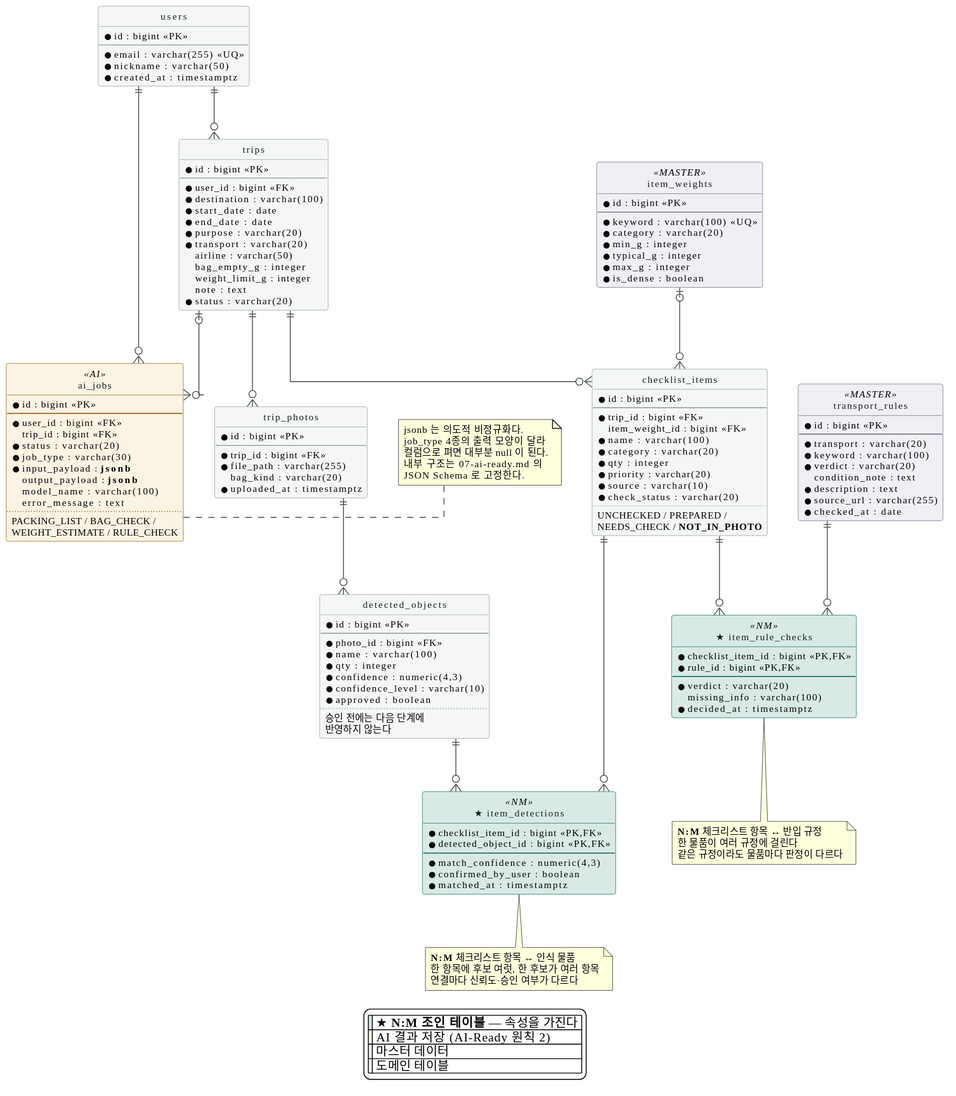
Before: docs/images/05-erd.svg, a diagram exported from PlantUML (SangMyeong5426/skala-mini-ai-web-service). Its diagram source:
```plantuml
@startuml

hide circle
skinparam backgroundColor #FFFFFF
skinparam shadowing false
skinparam defaultFontName "Apple SD Gothic Neo"
skinparam defaultFontSize 11
skinparam linetype ortho
skinparam ArrowColor #46524E

skinparam class {
  BackgroundColor #F5F7F6
  BorderColor #8A9A94
  FontColor #14201C
  BackgroundColor<<NM>> #D9EAE6
  BorderColor<<NM>> #0D6455
  BackgroundColor<<AI>> #FBF3E4
  BorderColor<<AI>> #8D5606
  BackgroundColor<<MASTER>> #EFEFF4
  BorderColor<<MASTER>> #6B6B84
}

entity "users" as users {
  * id : bigint <<PK>>
  --
  * email : varchar(255) <<UQ>>
  * nickname : varchar(50)
  * created_at : timestamptz
}

entity "trips" as trips {
  * id : bigint <<PK>>
  --
  * user_id : bigint <<FK>>
  * destination : varchar(100)
  * start_date : date
  * end_date : date
  * purpose : varchar(20)
  * transport : varchar(20)
  airline : varchar(50)
  bag_empty_g : integer
  weight_limit_g : integer
  note : text
  * status : varchar(20)
}

entity "checklist_items" as items {
  * id : bigint <<PK>>
  --
  * trip_id : bigint <<FK>>
  item_weight_id : bigint <<FK>>
  * name : varchar(100)
  * category : varchar(20)
  * qty : integer
  * priority : varchar(20)
  * source : varchar(10)
  * check_status : varchar(20)
  ..
  UNCHECKED / PREPARED /
  NEEDS_CHECK / **NOT_IN_PHOTO**
}

entity "trip_photos" as photos {
  * id : bigint <<PK>>
  --
  * trip_id : bigint <<FK>>
  * file_path : varchar(255)
  bag_kind : varchar(20)
  * uploaded_at : timestamptz
}

entity "detected_objects" as detected {
  * id : bigint <<PK>>
  --
  * photo_id : bigint <<FK>>
  * name : varchar(100)
  * qty : integer
  * confidence : numeric(4,3)
  * confidence_level : varchar(10)
  * approved : boolean
  ..
  승인 전에는 다음 단계에
  반영하지 않는다
}

entity "★ item_detections" as idt <<NM>> {
  * checklist_item_id : bigint <<PK,FK>>
  * detected_object_id : bigint <<PK,FK>>
  --
  * match_confidence : numeric(4,3)
  * confirmed_by_user : boolean
  * matched_at : timestamptz
}

entity "★ item_rule_checks" as irc <<NM>> {
  * checklist_item_id : bigint <<PK,FK>>
  * rule_id : bigint <<PK,FK>>
  --
  * verdict : varchar(20)
  missing_info : varchar(100)
  * decided_at : timestamptz
}

entity "transport_rules" as rules <<MASTER>> {
  * id : bigint <<PK>>
  --
  * transport : varchar(20)
  * keyword : varchar(100)
  * verdict : varchar(20)
  condition_note : text
  * description : text
  * source_url : varchar(255)
  * checked_at : date
}

entity "item_weights" as weights <<MASTER>> {
  * id : bigint <<PK>>
  --
  * keyword : varchar(100) <<UQ>>
  * category : varchar(20)
  * min_g : integer
  * typical_g : integer
  * max_g : integer
  * is_dense : boolean
}

entity "ai_jobs" as jobs <<AI>> {
  * id : bigint <<PK>>
  --
  * user_id : bigint <<FK>>
  trip_id : bigint <<FK>>
  * status : varchar(20)
  * job_type : varchar(30)
  * input_payload : **jsonb**
  output_payload : **jsonb**
  model_name : varchar(100)
  error_message : text
  ..
  PACKING_LIST / BAG_CHECK /
  WEIGHT_ESTIMATE / RULE_CHECK
}

users    ||--o{ trips
users    ||--o{ jobs
trips    ||--o{ items
trips    ||--o{ photos
trips    |o--o{ jobs
photos   ||--o{ detected
weights  |o--o{ items

items    ||--o{ idt
detected ||--o{ idt
items    ||--o{ irc
rules    ||--o{ irc

note bottom of idt
  **N:M** 체크리스트 항목 ↔ 인식 물품
  한 항목에 후보 여럿, 한 후보가 여러 항목
  연결마다 신뢰도·승인 여부가 다르다
end note

note bottom of irc
  **N:M** 체크리스트 항목 ↔ 반입 규정
  한 물품이 여러 규정에 걸린다
  같은 규정이라도 물품마다 판정이 다르다
end note

note right of jobs
  jsonb 는 의도적 비정규화다.
  job_type 4종의 출력 모양이 달라
  컬럼으로 펴면 대부분 null 이 된다.
  내부 구조는 07-ai-ready.md 의
  JSON Schema 로 고정한다.
end note

legend bottom
  |<#D9EAE6>| ★ **N:M 조인 테이블** — 속성을 가진다 |
  |<#FBF3E4>| AI 결과 저장 (AI-Ready 원칙 2) |
  |<#EFEFF4>| 마스터 데이터 |
  |<#F5F7F6>| 도메인 테이블 |
endlegend
@enduml
```
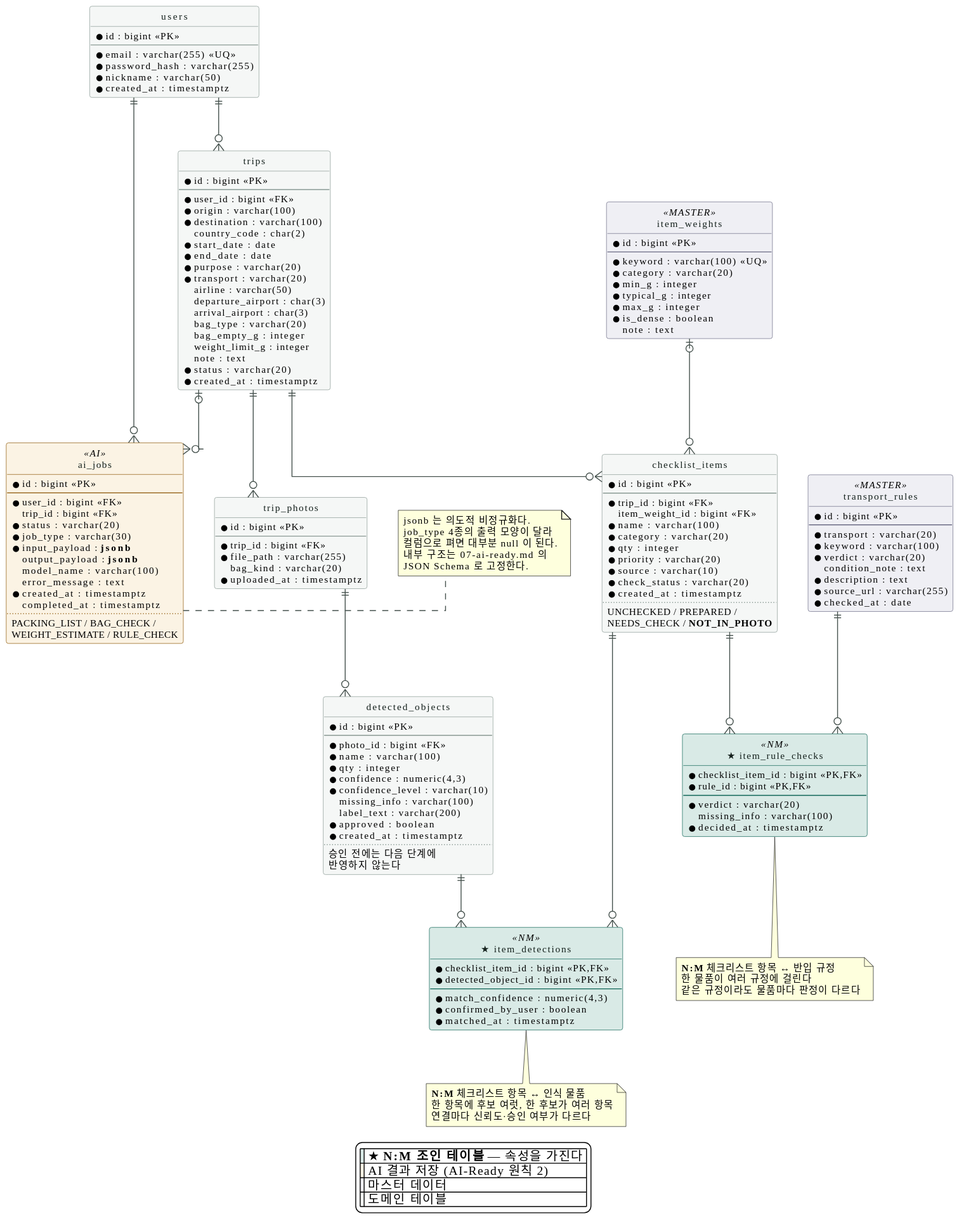
The same file after the commit.

Commit message:
docs(db): users 에 password_hash 를 두고 인증 범위 서술을 맞춘다 (#34)

Change to the diagram source:
```diff
@@ -24,6 +24,7 @@
   * id : bigint <<PK>>
   --
   * email : varchar(255) <<UQ>>
+  * password_hash : varchar(255)
   * nickname : varchar(50)
   * created_at : timestamptz
 }
@@ -32,16 +33,22 @@
   * id : bigint <<PK>>
   --
   * user_id : bigint <<FK>>
+  * origin : varchar(100)
   * destination : varchar(100)
+  country_code : char(2)
   * start_date : date
   * end_date : date
   * purpose : varchar(20)
   * transport : varchar(20)
   airline : varchar(50)
+  departure_airport : char(3)
+  arrival_airport : char(3)
+  bag_type : varchar(20)
   bag_empty_g : integer
   weight_limit_g : integer
   note : text
   * status : varchar(20)
+  * created_at : timestamptz
 }
 
 entity "checklist_items" as items {
@@ -55,6 +62,7 @@
   * priority : varchar(20)
   * source : varchar(10)
   * check_status : varchar(20)
+  * created_at : timestamptz
   ..
   UNCHECKED / PREPARED /
   NEEDS_CHECK / **NOT_IN_PHOTO**
@@ -77,7 +85,10 @@
   * qty : integer
   * confidence : numeric(4,3)
   * confidence_level : varchar(10)
+  missing_info : varchar(100)
+  label_text : varchar(200)
   * approved : boolean
+  * created_at : timestamptz
   ..
   승인 전에는 다음 단계에
   반영하지 않는다
@@ -122,6 +133,7 @@
   * typical_g : integer
   * max_g : integer
   * is_dense : boolean
+  note : text
 }
 
 entity "ai_jobs" as jobs <<AI>> {
@@ -135,6 +147,8 @@
   output_payload : **jsonb**
   model_name : varchar(100)
   error_message : text
+  * created_at : timestamptz
+  completed_at : timestamptz
   ..
   PACKING_LIST / BAG_CHECK /
   WEIGHT_ESTIMATE / RULE_CHECK
```
